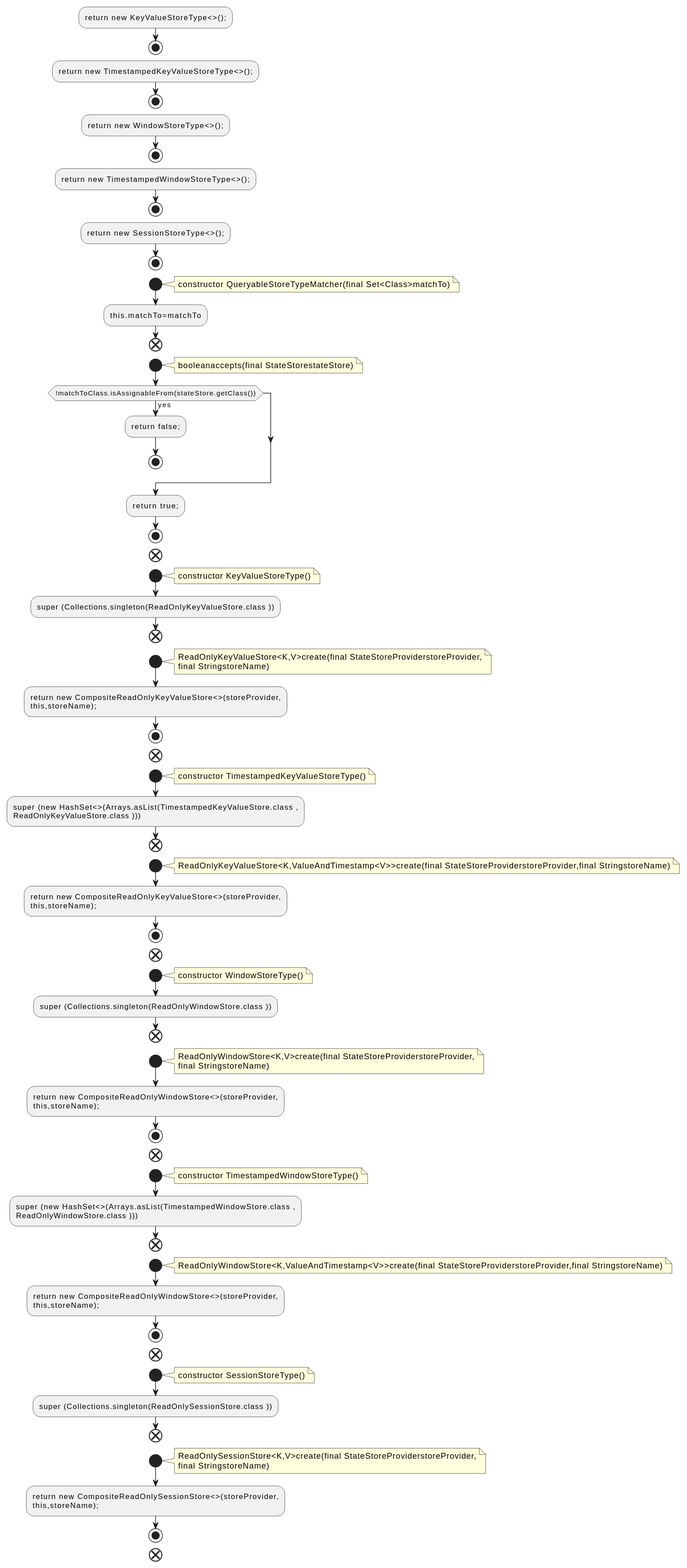
Before: docs/qc/streams/src/main/java/org/apache/kafka/streams/state/QueryableStoreTypes.java.fct.svg, a diagram exported from PlantUML (qualitesys/kafka).
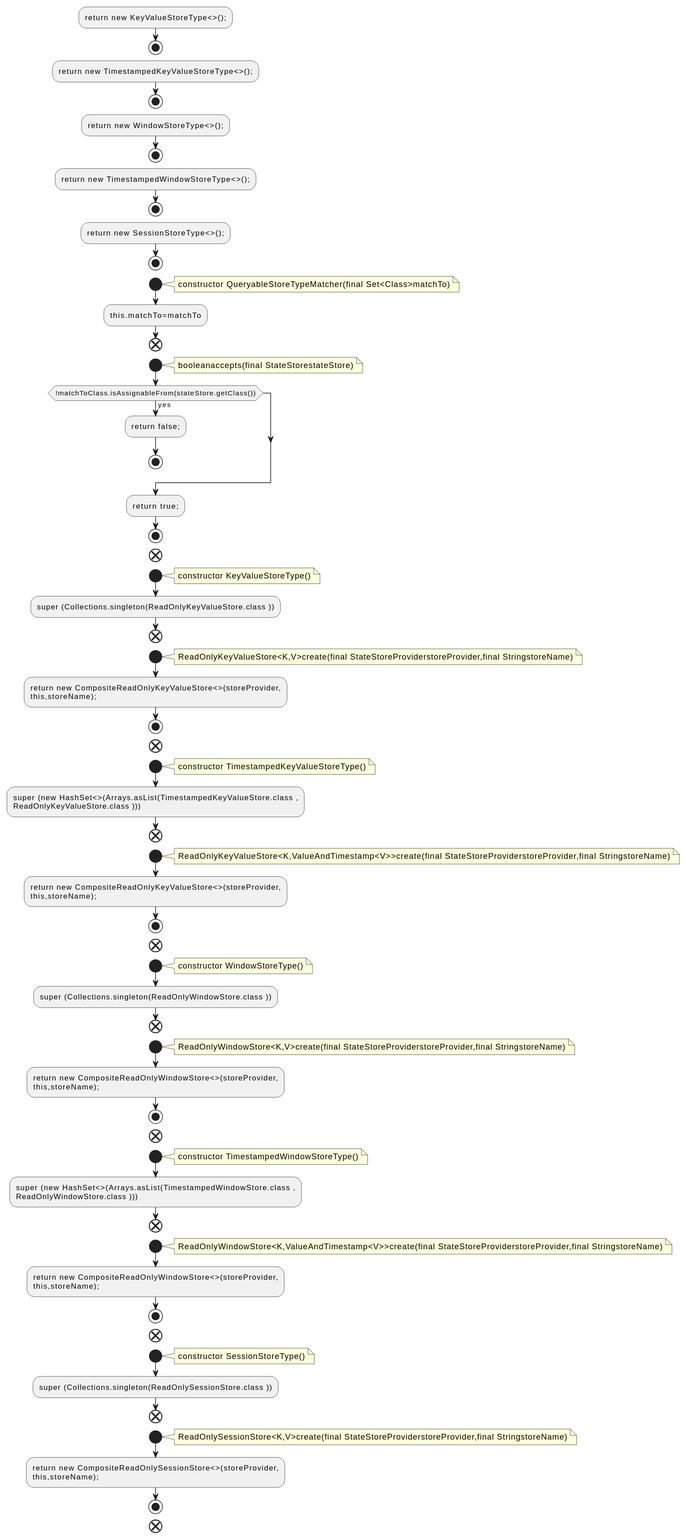
Later version of the same file.

Change to the diagram source:
```diff
@@ -35,8 +35,7 @@
 end
 start
 note right
-ReadOnlyKeyValueStore<K,V>create(final StateStoreProviderstoreProvider,
-final StringstoreName)
+ReadOnlyKeyValueStore<K,V>create(final StateStoreProviderstoreProvider,final StringstoreName)
 end note
 :return new CompositeReadOnlyKeyValueStore<>(storeProvider,
 this,storeName);;
@@ -65,8 +64,7 @@
 end
 start
 note right
-ReadOnlyWindowStore<K,V>create(final StateStoreProviderstoreProvider,
-final StringstoreName)
+ReadOnlyWindowStore<K,V>create(final StateStoreProviderstoreProvider,final StringstoreName)
 end note
 :return new CompositeReadOnlyWindowStore<>(storeProvider,
 this,storeName);;
@@ -95,8 +93,7 @@
 end
 start
 note right
-ReadOnlySessionStore<K,V>create(final StateStoreProviderstoreProvider,
-final StringstoreName)
+ReadOnlySessionStore<K,V>create(final StateStoreProviderstoreProvider,final StringstoreName)
 end note
 :return new CompositeReadOnlySessionStore<>(storeProvider,
 this,storeName);;
```
